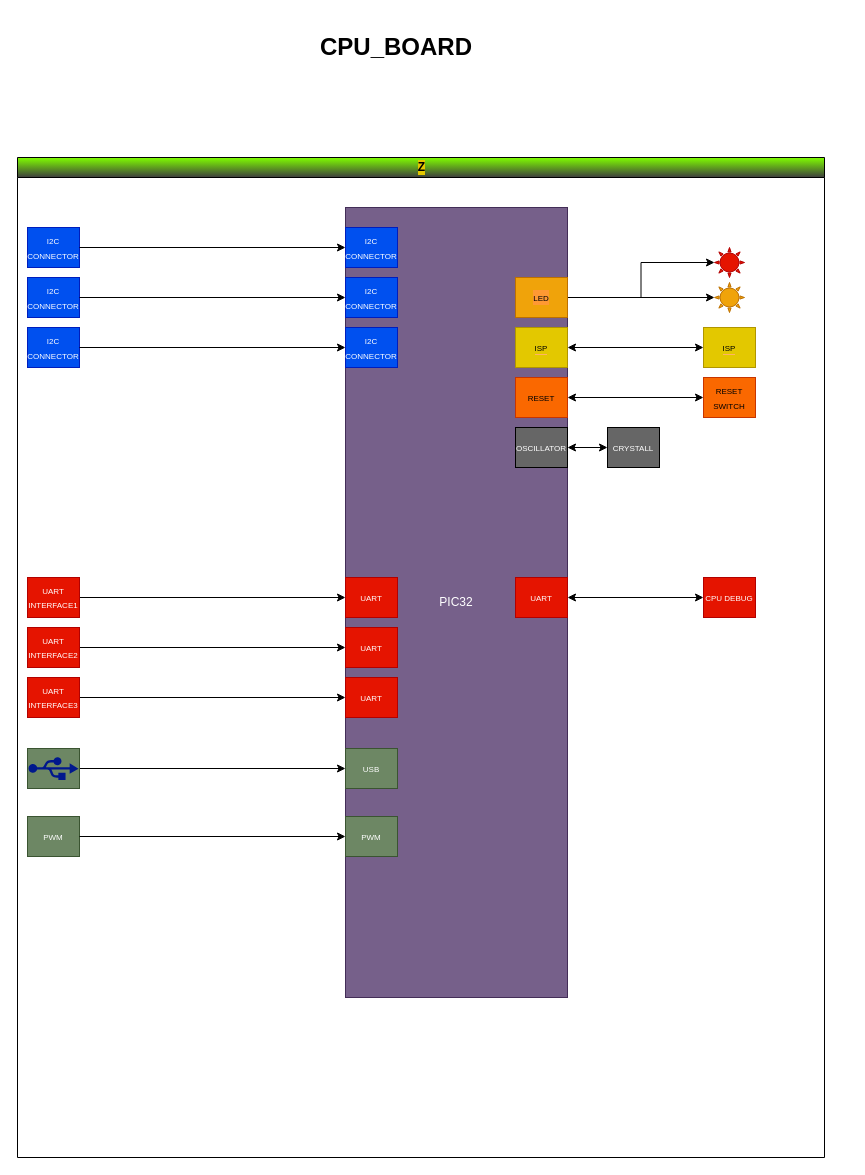
Before: page "CPUV2-00" (4 of 4) of CubElec.drawio in f4deb/draw-io, a draw.io diagram. Source tidied: cells renumbered, new cells numbered last; positions are measured from the earlier drawing's top-left corner, leaving out a move shared by most shapes. Both pictures are drawn from the tidied source at 100%, with x=0, y=0 at pixel (17, 37).
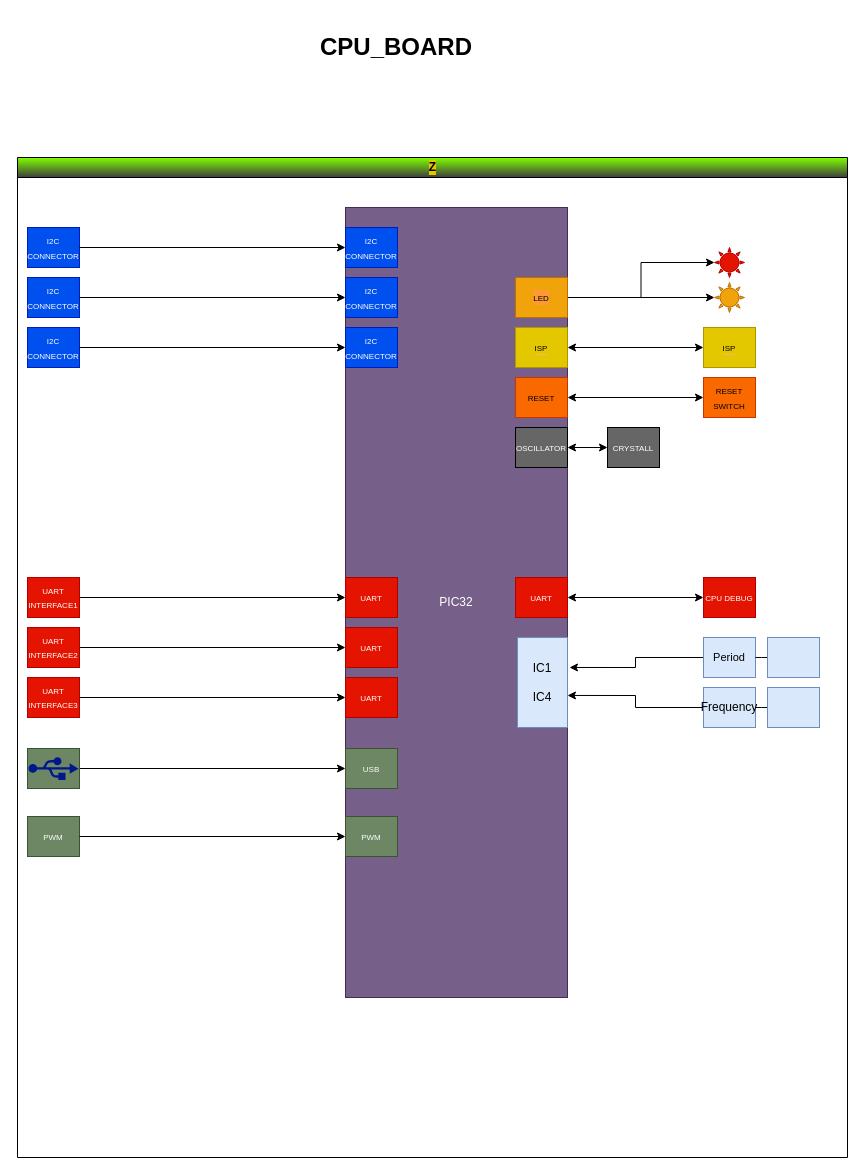
Above is the later version.

The edit, as a diff of the source:
```diff
@@
     <mxCell id="2" value="Z" style="swimlane;html=1;startSize=20;horizontal=1;containerType=tree;newEdgeStyle={&quot;edgeStyle&quot;:&quot;elbowEdgeStyle&quot;,&quot;startArrow&quot;:&quot;none&quot;,&quot;endArrow&quot;:&quot;none&quot;};rounded=0;shadow=0;labelBackgroundColor=#E3C800;sketch=0;strokeColor=#000000;fillColor=#80FF00;gradientColor=#3D3D3D;" parent="1" vertex="1">
-      <mxGeometry y="120" width="807" height="1000" as="geometry" />
+      <mxGeometry y="120" width="830" height="1000" as="geometry" />
     </mxCell>
@@
+    <mxCell id="47" value="&lt;div&gt;IC1&lt;/div&gt;&lt;div&gt;&lt;br&gt;&lt;/div&gt;&lt;div&gt;IC4&lt;br&gt;&lt;/div&gt;" style="rounded=0;whiteSpace=wrap;html=1;fillColor=#dae8fc;strokeColor=#6c8ebf;" parent="2" vertex="1">
+      <mxGeometry x="500" y="480" width="50" height="90" as="geometry" />
+    </mxCell>
+    <mxCell id="48" style="edgeStyle=orthogonalEdgeStyle;rounded=0;jettySize=auto;html=1;entryX=1.04;entryY=0.333;entryDx=0;entryDy=0;entryPerimeter=0;" parent="2" edge="1" source="49" target="47">
+      <mxGeometry relative="1" as="geometry" />
+    </mxCell>
+    <mxCell id="49" value="&lt;div style=&quot;font-size: 11px&quot;&gt;Period&lt;font style=&quot;font-size: 8px&quot;&gt;&lt;br&gt;&lt;/font&gt;&lt;/div&gt;" style="whiteSpace=wrap;html=1;align=center;newEdgeStyle={&quot;edgeStyle&quot;:&quot;elbowEdgeStyle&quot;,&quot;startArrow&quot;:&quot;none&quot;,&quot;endArrow&quot;:&quot;none&quot;};fillColor=#dae8fc;strokeColor=#6c8ebf;" parent="2" vertex="1">
+      <mxGeometry x="686" y="480" width="52" height="40" as="geometry" />
+    </mxCell>
+    <mxCell id="50" style="edgeStyle=orthogonalEdgeStyle;rounded=0;jettySize=auto;html=1;entryX=1;entryY=0.644;entryDx=0;entryDy=0;entryPerimeter=0;" parent="2" edge="1" source="51" target="47">
+      <mxGeometry relative="1" as="geometry" />
+    </mxCell>
+    <mxCell id="51" value="Frequency" style="whiteSpace=wrap;html=1;align=center;newEdgeStyle={&quot;edgeStyle&quot;:&quot;elbowEdgeStyle&quot;,&quot;startArrow&quot;:&quot;none&quot;,&quot;endArrow&quot;:&quot;none&quot;};fillColor=#dae8fc;strokeColor=#6c8ebf;" parent="2" vertex="1">
+      <mxGeometry x="686" y="530" width="52" height="40" as="geometry" />
+    </mxCell>
+    <mxCell id="52" style="edgeStyle=elbowEdgeStyle;rounded=0;jettySize=auto;html=1;elbow=horizontal;startArrow=none;endArrow=none;" parent="2" edge="1" source="49" target="53">
+      <mxGeometry relative="1" as="geometry" />
+    </mxCell>
+    <mxCell id="53" style="whiteSpace=wrap;html=1;align=center;newEdgeStyle={&quot;edgeStyle&quot;:&quot;elbowEdgeStyle&quot;,&quot;startArrow&quot;:&quot;none&quot;,&quot;endArrow&quot;:&quot;none&quot;};fillColor=#dae8fc;strokeColor=#6c8ebf;" parent="2" vertex="1">
+      <mxGeometry x="750" y="480" width="52" height="40" as="geometry" />
+    </mxCell>
+    <mxCell id="54" style="edgeStyle=elbowEdgeStyle;rounded=0;jettySize=auto;html=1;elbow=horizontal;startArrow=none;endArrow=none;" parent="2" edge="1" source="51" target="55">
+      <mxGeometry relative="1" as="geometry" />
+    </mxCell>
+    <mxCell id="55" style="whiteSpace=wrap;html=1;align=center;newEdgeStyle={&quot;edgeStyle&quot;:&quot;elbowEdgeStyle&quot;,&quot;startArrow&quot;:&quot;none&quot;,&quot;endArrow&quot;:&quot;none&quot;};fillColor=#dae8fc;strokeColor=#6c8ebf;" parent="2" vertex="1">
+      <mxGeometry x="750" y="530" width="52" height="40" as="geometry" />
+    </mxCell>
```
